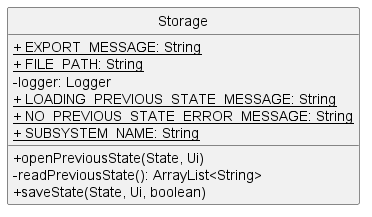
nus-cs2113-AY2223S1/tp keeps this PlantUML diagram as docs/images/storageClass.png. Above is the earlier version.
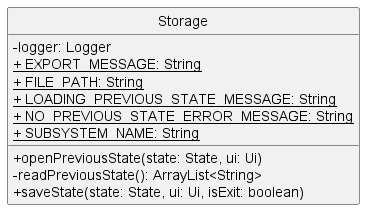
Above is the later version.

Commit message:
Update other class diagrams

What changed in the source:
```diff
@@ -3,15 +3,15 @@
 skinparam classAttributeIconSize 0
 
 class Storage {
+    - logger: Logger
     <u>+ EXPORT_MESSAGE: String
     <u>+ FILE_PATH: String
-    - logger: Logger
     <u>+ LOADING_PREVIOUS_STATE_MESSAGE: String
     <u>+ NO_PREVIOUS_STATE_ERROR_MESSAGE: String
     <u>+ SUBSYSTEM_NAME: String
 
-    + openPreviousState(State, Ui)
+    + openPreviousState(state: State, ui: Ui)
     - readPreviousState(): ArrayList<String>
-    + saveState(State, Ui, boolean)
+    + saveState(state: State, ui: Ui, isExit: boolean)
 }
 @enduml
```
